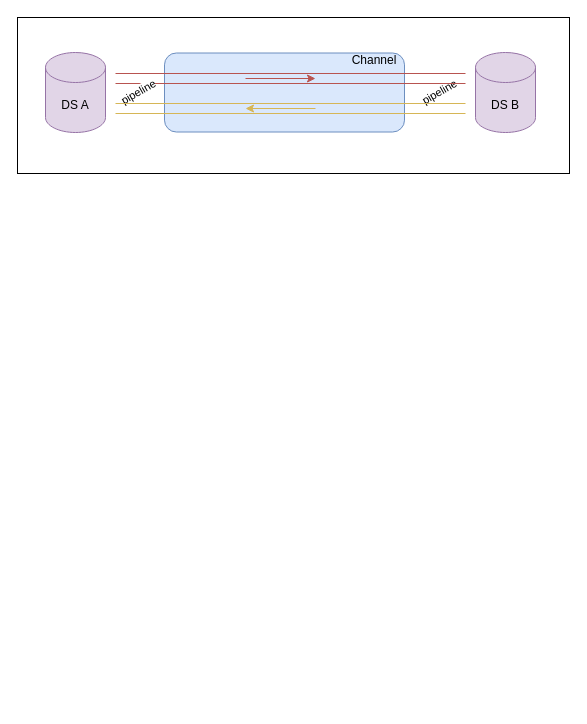
Earlier version of the draw.io diagram dts/architecture.drawio (believezzd/diagrams). Source tidied: cells renumbered, new cells numbered last; positions are measured from the earlier drawing's top-left corner, leaving out a move shared by most shapes. Both pictures are drawn from the tidied source at 100%, with x=0, y=0 at pixel (17, 17).
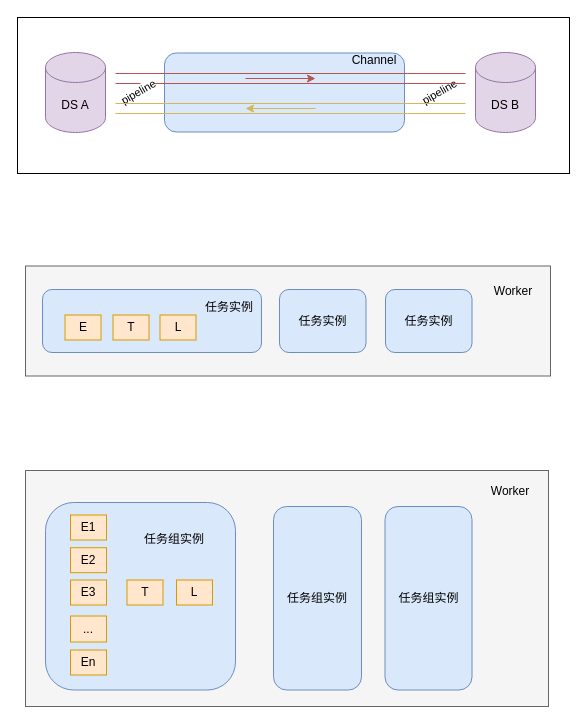
Above is the later version.

Diff of the diagram source:
```diff
@@
+    <mxCell id="13" style="rounded=0;whiteSpace=wrap;html=1;fillColor=#f5f5f5;strokeColor=#666666;fontColor=#333333;" parent="1" vertex="1">
+      <mxGeometry x="8" y="248.5" width="525" height="110" as="geometry" />
+    </mxCell>
+    <mxCell id="14" style="rounded=1;whiteSpace=wrap;html=1;fillColor=#dae8fc;strokeColor=#6c8ebf;" parent="1" vertex="1">
+      <mxGeometry x="25" y="272" width="219" height="63" as="geometry" />
+    </mxCell>
+    <mxCell id="15" value="E" style="rounded=0;whiteSpace=wrap;html=1;fillColor=#ffe6cc;strokeColor=#d79b00;" parent="1" vertex="1">
+      <mxGeometry x="47.5" y="297.5" width="36" height="25" as="geometry" />
+    </mxCell>
+    <mxCell id="16" value="T" style="rounded=0;whiteSpace=wrap;html=1;fillColor=#ffe6cc;strokeColor=#d79b00;" parent="1" vertex="1">
+      <mxGeometry x="95.5" y="297.5" width="36" height="25" as="geometry" />
+    </mxCell>
+    <mxCell id="17" value="L" style="rounded=0;whiteSpace=wrap;html=1;fillColor=#ffe6cc;strokeColor=#d79b00;" parent="1" vertex="1">
+      <mxGeometry x="142.5" y="297.5" width="36" height="25" as="geometry" />
+    </mxCell>
+    <mxCell id="18" value="任务实例" style="text;html=1;strokeColor=none;fillColor=none;align=center;verticalAlign=middle;whiteSpace=wrap;rounded=0;" parent="1" vertex="1">
+      <mxGeometry x="182" y="275" width="60" height="30" as="geometry" />
+    </mxCell>
+    <mxCell id="19" value="任务实例" style="rounded=1;whiteSpace=wrap;html=1;fillColor=#dae8fc;strokeColor=#6c8ebf;" parent="1" vertex="1">
+      <mxGeometry x="262" y="272" width="86.5" height="63" as="geometry" />
+    </mxCell>
+    <mxCell id="20" value="任务实例" style="rounded=1;whiteSpace=wrap;html=1;fillColor=#dae8fc;strokeColor=#6c8ebf;" parent="1" vertex="1">
+      <mxGeometry x="368" y="272" width="86.5" height="63" as="geometry" />
+    </mxCell>
+    <mxCell id="21" value="Worker" style="text;html=1;strokeColor=none;fillColor=none;align=center;verticalAlign=middle;whiteSpace=wrap;rounded=0;" parent="1" vertex="1">
+      <mxGeometry x="466" y="259" width="60" height="30" as="geometry" />
+    </mxCell>
+    <mxCell id="22" style="rounded=0;whiteSpace=wrap;html=1;fillColor=#f5f5f5;strokeColor=#666666;fontColor=#333333;" parent="1" vertex="1">
+      <mxGeometry x="8" y="453" width="523" height="236" as="geometry" />
+    </mxCell>
+    <mxCell id="23" style="rounded=1;whiteSpace=wrap;html=1;fillColor=#dae8fc;strokeColor=#6c8ebf;" parent="1" vertex="1">
+      <mxGeometry x="28" y="485" width="190" height="187.5" as="geometry" />
+    </mxCell>
+    <mxCell id="24" value="T" style="rounded=0;whiteSpace=wrap;html=1;fillColor=#ffe6cc;strokeColor=#d79b00;" parent="1" vertex="1">
+      <mxGeometry x="109.5" y="562.5" width="36" height="25" as="geometry" />
+    </mxCell>
+    <mxCell id="25" value="L" style="rounded=0;whiteSpace=wrap;html=1;fillColor=#ffe6cc;strokeColor=#d79b00;" parent="1" vertex="1">
+      <mxGeometry x="159" y="562.5" width="36" height="25" as="geometry" />
+    </mxCell>
+    <mxCell id="26" value="任务组实例" style="text;html=1;strokeColor=none;fillColor=none;align=center;verticalAlign=middle;whiteSpace=wrap;rounded=0;" parent="1" vertex="1">
+      <mxGeometry x="122" y="506.5" width="70" height="30" as="geometry" />
+    </mxCell>
+    <mxCell id="27" value="任务组实例" style="rounded=1;whiteSpace=wrap;html=1;fillColor=#dae8fc;strokeColor=#6c8ebf;" parent="1" vertex="1">
+      <mxGeometry x="256" y="489" width="88" height="183.5" as="geometry" />
+    </mxCell>
+    <mxCell id="28" value="Worker" style="text;html=1;strokeColor=none;fillColor=none;align=center;verticalAlign=middle;whiteSpace=wrap;rounded=0;" parent="1" vertex="1">
+      <mxGeometry x="463" y="459" width="60" height="30" as="geometry" />
+    </mxCell>
+    <mxCell id="29" value="E2" style="rounded=0;whiteSpace=wrap;html=1;fillColor=#ffe6cc;strokeColor=#d79b00;" parent="1" vertex="1">
+      <mxGeometry x="53" y="530.2" width="36" height="25" as="geometry" />
+    </mxCell>
+    <mxCell id="30" value="..." style="rounded=0;whiteSpace=wrap;html=1;fillColor=#ffe6cc;strokeColor=#d79b00;" parent="1" vertex="1">
+      <mxGeometry x="53" y="598.5" width="36" height="26" as="geometry" />
+    </mxCell>
+    <mxCell id="31" value="En" style="rounded=0;whiteSpace=wrap;html=1;fillColor=#ffe6cc;strokeColor=#d79b00;" parent="1" vertex="1">
+      <mxGeometry x="53" y="632.5" width="36" height="25" as="geometry" />
+    </mxCell>
+    <mxCell id="32" value="E3" style="rounded=0;whiteSpace=wrap;html=1;fillColor=#ffe6cc;strokeColor=#d79b00;" parent="1" vertex="1">
+      <mxGeometry x="53" y="562.5" width="36" height="25" as="geometry" />
+    </mxCell>
+    <mxCell id="33" value="E1" style="rounded=0;whiteSpace=wrap;html=1;fillColor=#ffe6cc;strokeColor=#d79b00;" parent="1" vertex="1">
+      <mxGeometry x="53" y="497.5" width="36" height="25" as="geometry" />
+    </mxCell>
+    <mxCell id="34" value="任务组实例" style="rounded=1;whiteSpace=wrap;html=1;fillColor=#dae8fc;strokeColor=#6c8ebf;" parent="1" vertex="1">
+      <mxGeometry x="367.5" y="489" width="87" height="183.5" as="geometry" />
+    </mxCell>
```
